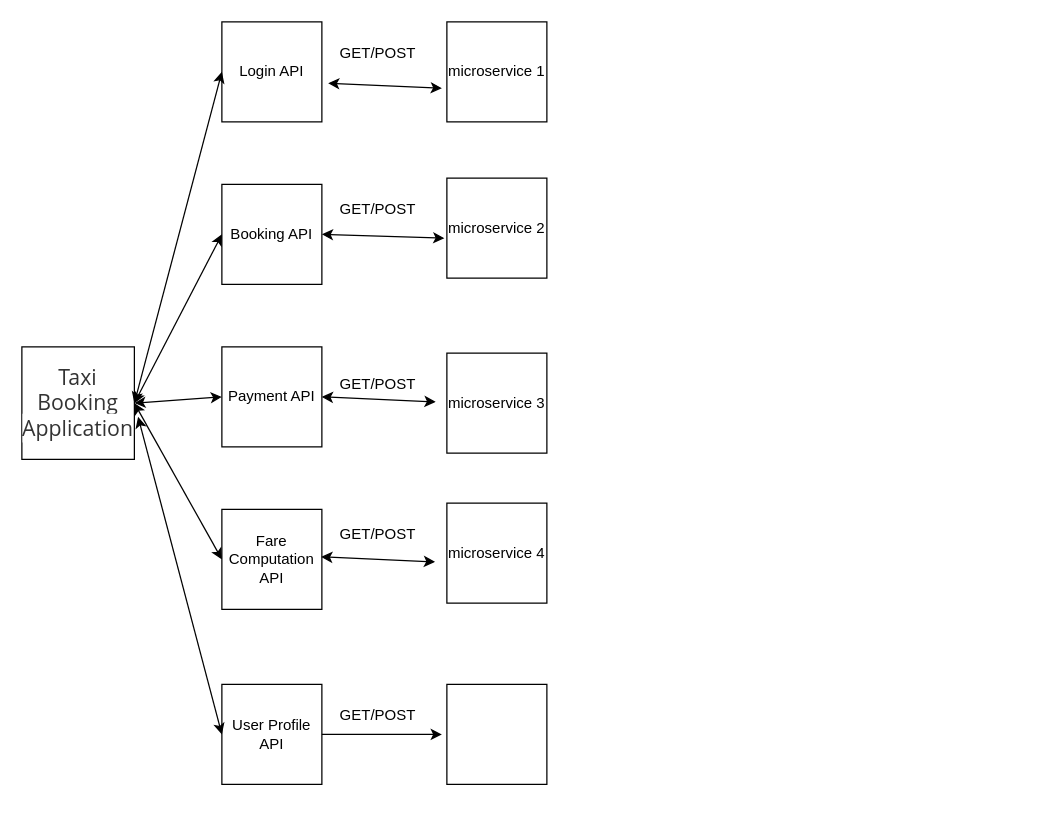
Before: api.drawio in lwl234/microservices-job-1, a draw.io diagram. Source tidied: cells renumbered, new cells numbered last; positions are measured from the earlier drawing's top-left corner, leaving out a move shared by most shapes. Both pictures are drawn from the tidied source at 125%, with x=0, y=0 at pixel (21, 21).
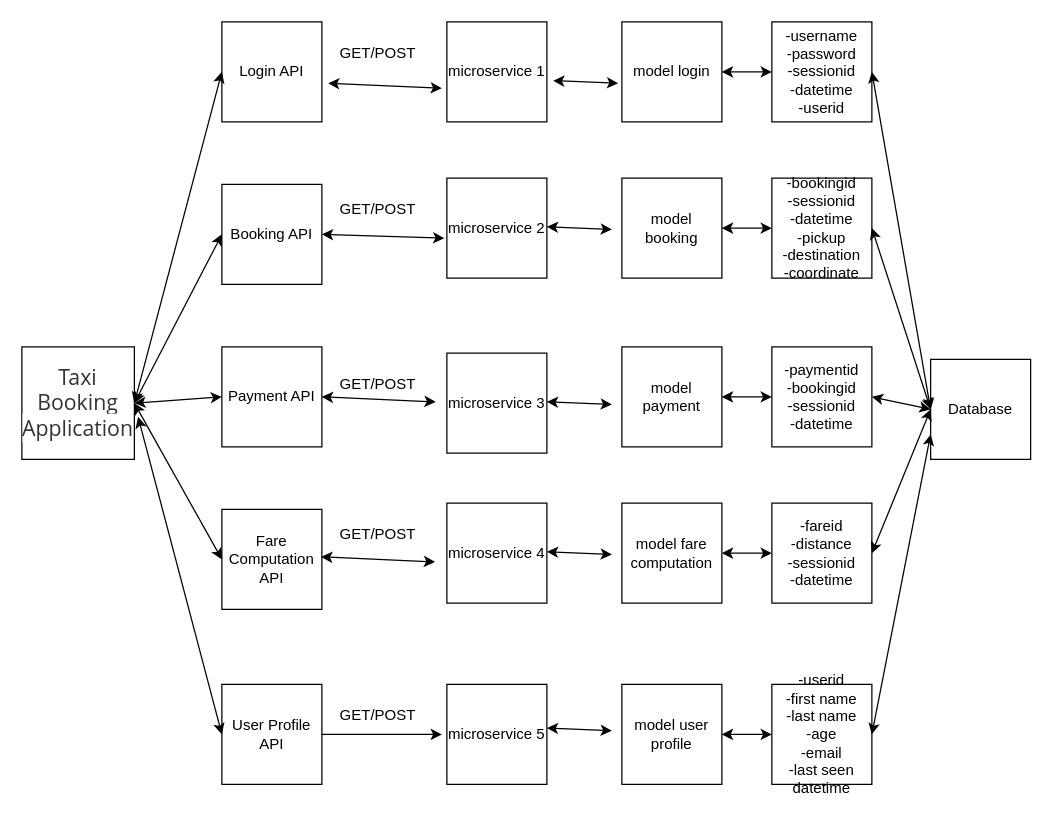
The same page after the edit.

The change refers to these unchanged cells:
```xml
<mxCell id="8" value="microservice 1" style="whiteSpace=wrap;html=1;" parent="1" vertex="1">
  <mxGeometry x="340" width="80" height="80" as="geometry" />
</mxCell>
```

Change to the diagram source:
```diff
@@
-    <mxCell id="21" style="whiteSpace=wrap;html=1;" parent="1" vertex="1">
+    <mxCell id="21" value="microservice 5" style="whiteSpace=wrap;html=1;" parent="1" vertex="1">
       <mxGeometry x="340" y="530" width="80" height="80" as="geometry" />
     </mxCell>
@@
+    <mxCell id="28" value="model login" style="whiteSpace=wrap;html=1;" parent="1" vertex="1">
+      <mxGeometry x="480" width="80" height="80" as="geometry" />
+    </mxCell>
+    <mxCell id="29" value="model booking" style="whiteSpace=wrap;html=1;" parent="1" vertex="1">
+      <mxGeometry x="480" y="125" width="80" height="80" as="geometry" />
+    </mxCell>
+    <mxCell id="30" value="model payment" style="whiteSpace=wrap;html=1;" parent="1" vertex="1">
+      <mxGeometry x="480" y="260" width="80" height="80" as="geometry" />
+    </mxCell>
+    <mxCell id="31" value="model fare computation" style="whiteSpace=wrap;html=1;" parent="1" vertex="1">
+      <mxGeometry x="480" y="385" width="80" height="80" as="geometry" />
+    </mxCell>
+    <mxCell id="32" value="model user profile" style="whiteSpace=wrap;html=1;" parent="1" vertex="1">
+      <mxGeometry x="480" y="530" width="80" height="80" as="geometry" />
+    </mxCell>
+    <mxCell id="33" value="-username&lt;br&gt;-password&lt;br&gt;-sessionid&lt;br&gt;-datetime&lt;br&gt;-userid" style="whiteSpace=wrap;html=1;" parent="1" vertex="1">
+      <mxGeometry x="600" width="80" height="80" as="geometry" />
+    </mxCell>
+    <mxCell id="34" value="Database" style="whiteSpace=wrap;html=1;" parent="1" vertex="1">
+      <mxGeometry x="727" y="270" width="80" height="80" as="geometry" />
+    </mxCell>
+    <mxCell id="35" style="endArrow=classic;startArrow=classic;html=1;exitX=1.063;exitY=0.588;exitDx=0;exitDy=0;exitPerimeter=0;entryX=-0.037;entryY=0.613;entryDx=0;entryDy=0;entryPerimeter=0;" parent="1" edge="1" source="8" target="28">
+      <mxGeometry relative="1" as="geometry" />
+    </mxCell>
+    <mxCell id="36" style="endArrow=classic;startArrow=classic;html=1;exitX=1.063;exitY=0.588;exitDx=0;exitDy=0;exitPerimeter=0;entryX=-0.037;entryY=0.613;entryDx=0;entryDy=0;entryPerimeter=0;" parent="1" edge="1">
+      <mxGeometry relative="1" as="geometry">
+        <mxPoint x="420" y="164" as="sourcePoint" />
+        <mxPoint x="472" y="166" as="targetPoint" />
+      </mxGeometry>
+    </mxCell>
+    <mxCell id="37" style="endArrow=classic;startArrow=classic;html=1;exitX=1.063;exitY=0.588;exitDx=0;exitDy=0;exitPerimeter=0;entryX=-0.037;entryY=0.613;entryDx=0;entryDy=0;entryPerimeter=0;" parent="1" edge="1">
+      <mxGeometry relative="1" as="geometry">
+        <mxPoint x="420" y="304" as="sourcePoint" />
+        <mxPoint x="472" y="306" as="targetPoint" />
+      </mxGeometry>
+    </mxCell>
+    <mxCell id="38" style="endArrow=classic;startArrow=classic;html=1;exitX=1.063;exitY=0.588;exitDx=0;exitDy=0;exitPerimeter=0;entryX=-0.037;entryY=0.613;entryDx=0;entryDy=0;entryPerimeter=0;" parent="1" edge="1">
+      <mxGeometry relative="1" as="geometry">
+        <mxPoint x="420" y="424" as="sourcePoint" />
+        <mxPoint x="472" y="426" as="targetPoint" />
+      </mxGeometry>
+    </mxCell>
+    <mxCell id="39" style="endArrow=classic;startArrow=classic;html=1;exitX=1;exitY=0.5;exitDx=0;exitDy=0;entryX=0;entryY=0.5;entryDx=0;entryDy=0;" parent="1" edge="1" source="28" target="33">
+      <mxGeometry relative="1" as="geometry" />
+    </mxCell>
+    <mxCell id="40" value="-bookingid&lt;br&gt;-sessionid&lt;br&gt;-datetime&lt;br&gt;-pickup&lt;br&gt;-destination&lt;br&gt;-coordinate" style="whiteSpace=wrap;html=1;" parent="1" vertex="1">
+      <mxGeometry x="600" y="125" width="80" height="80" as="geometry" />
+    </mxCell>
+    <mxCell id="41" style="endArrow=classic;startArrow=classic;html=1;exitX=1;exitY=0.5;exitDx=0;exitDy=0;entryX=0;entryY=0.5;entryDx=0;entryDy=0;" parent="1" edge="1" target="40">
+      <mxGeometry relative="1" as="geometry">
+        <mxPoint x="560" y="165" as="sourcePoint" />
+      </mxGeometry>
+    </mxCell>
+    <mxCell id="42" value="-paymentid&lt;br&gt;-bookingid&lt;br&gt;-sessionid&lt;br&gt;-datetime" style="whiteSpace=wrap;html=1;" parent="1" vertex="1">
+      <mxGeometry x="600" y="260" width="80" height="80" as="geometry" />
+    </mxCell>
+    <mxCell id="43" style="endArrow=classic;startArrow=classic;html=1;exitX=1;exitY=0.5;exitDx=0;exitDy=0;entryX=0;entryY=0.5;entryDx=0;entryDy=0;" parent="1" edge="1" target="42">
+      <mxGeometry relative="1" as="geometry">
+        <mxPoint x="560" y="300" as="sourcePoint" />
+      </mxGeometry>
+    </mxCell>
+    <mxCell id="44" value="-fareid&lt;br&gt;-distance&lt;br&gt;-sessionid&lt;br&gt;-datetime" style="whiteSpace=wrap;html=1;" parent="1" vertex="1">
+      <mxGeometry x="600" y="385" width="80" height="80" as="geometry" />
+    </mxCell>
+    <mxCell id="45" style="endArrow=classic;startArrow=classic;html=1;exitX=1;exitY=0.5;exitDx=0;exitDy=0;entryX=0;entryY=0.5;entryDx=0;entryDy=0;" parent="1" edge="1" target="44">
+      <mxGeometry relative="1" as="geometry">
+        <mxPoint x="560" y="425" as="sourcePoint" />
+      </mxGeometry>
+    </mxCell>
+    <mxCell id="46" value="-userid&lt;br&gt;-first name&lt;br&gt;-last name&lt;br&gt;-age&lt;br&gt;-email&lt;br&gt;-last seen datetime" style="whiteSpace=wrap;html=1;" parent="1" vertex="1">
+      <mxGeometry x="600" y="530" width="80" height="80" as="geometry" />
+    </mxCell>
+    <mxCell id="47" style="endArrow=classic;startArrow=classic;html=1;exitX=1;exitY=0.5;exitDx=0;exitDy=0;entryX=0;entryY=0.5;entryDx=0;entryDy=0;" parent="1" edge="1" target="46">
+      <mxGeometry relative="1" as="geometry">
+        <mxPoint x="560" y="570" as="sourcePoint" />
+      </mxGeometry>
+    </mxCell>
+    <mxCell id="48" style="endArrow=classic;startArrow=classic;html=1;exitX=1.063;exitY=0.588;exitDx=0;exitDy=0;exitPerimeter=0;entryX=-0.037;entryY=0.613;entryDx=0;entryDy=0;entryPerimeter=0;" parent="1" edge="1">
+      <mxGeometry relative="1" as="geometry">
+        <mxPoint x="420" y="565" as="sourcePoint" />
+        <mxPoint x="472" y="567" as="targetPoint" />
+      </mxGeometry>
+    </mxCell>
+    <mxCell id="49" style="endArrow=classic;startArrow=classic;html=1;entryX=0;entryY=0.5;entryDx=0;entryDy=0;" parent="1" edge="1" target="34">
+      <mxGeometry relative="1" as="geometry">
+        <mxPoint x="680" y="40" as="sourcePoint" />
+      </mxGeometry>
+    </mxCell>
+    <mxCell id="50" style="endArrow=classic;startArrow=classic;html=1;entryX=0;entryY=0.5;entryDx=0;entryDy=0;exitX=1;exitY=0.5;exitDx=0;exitDy=0;" parent="1" edge="1" source="40" target="34">
+      <mxGeometry relative="1" as="geometry" />
+    </mxCell>
+    <mxCell id="51" style="endArrow=classic;startArrow=classic;html=1;entryX=0;entryY=0.5;entryDx=0;entryDy=0;exitX=1;exitY=0.5;exitDx=0;exitDy=0;" parent="1" edge="1" source="42" target="34">
+      <mxGeometry relative="1" as="geometry" />
+    </mxCell>
+    <mxCell id="52" style="endArrow=classic;startArrow=classic;html=1;entryX=0;entryY=0.5;entryDx=0;entryDy=0;exitX=1;exitY=0.5;exitDx=0;exitDy=0;" parent="1" edge="1" source="44" target="34">
+      <mxGeometry relative="1" as="geometry" />
+    </mxCell>
+    <mxCell id="53" style="endArrow=classic;startArrow=classic;html=1;entryX=0;entryY=0.75;entryDx=0;entryDy=0;exitX=1;exitY=0.5;exitDx=0;exitDy=0;" parent="1" edge="1" source="46" target="34">
+      <mxGeometry relative="1" as="geometry" />
+    </mxCell>
```
